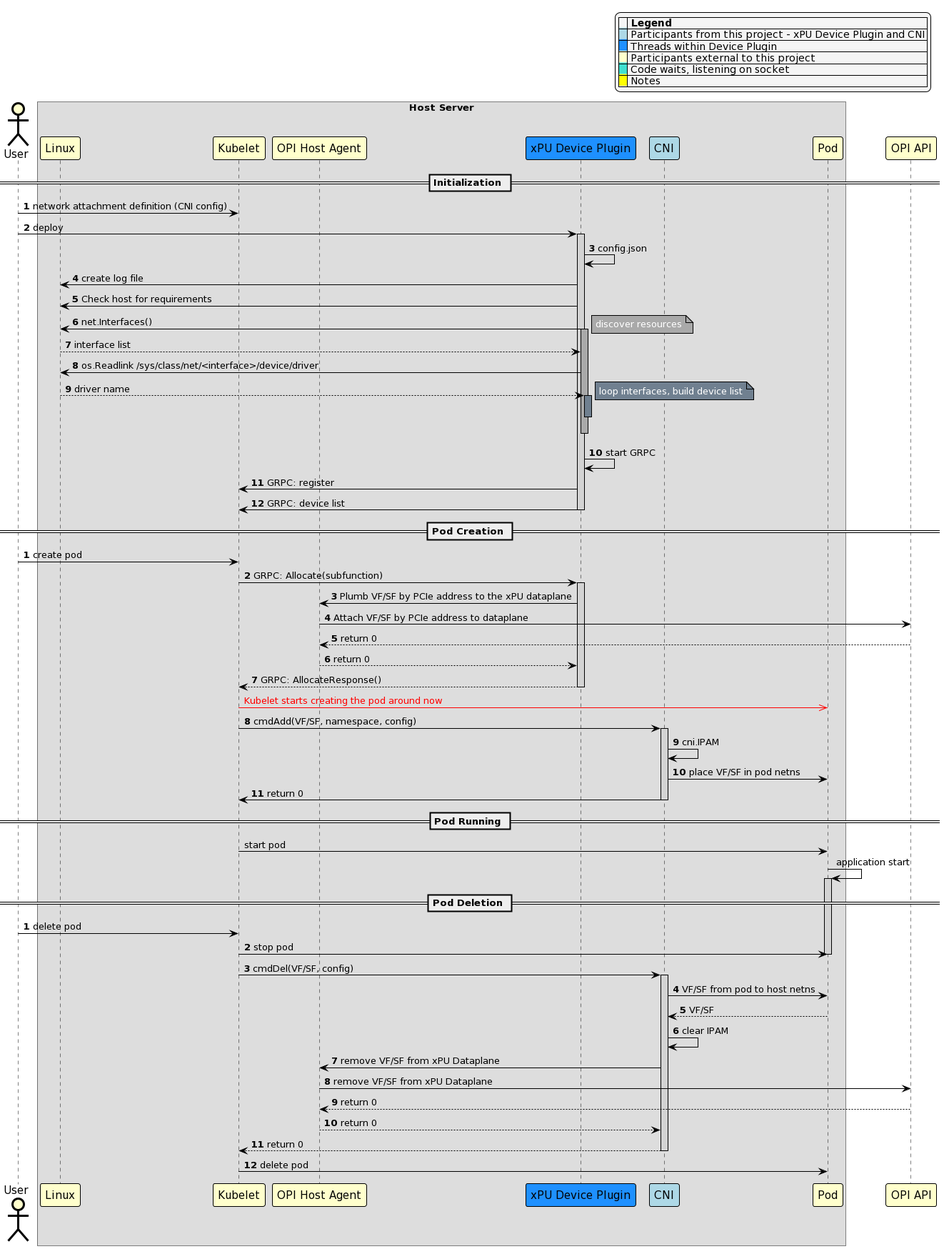
This is sequence-diagrams/images/device-plugin.png from redhat-et/ekho, a PlantUML export, as it was before one commit. Source of this version:
```plantuml
@startuml
skinparam noteBorderColor Black
skinparam noteBorderThickness 1
skinparam noteBackgroundColor Yellow
skinparam legendBackgroundColor WhiteSmoke

skinparam sequence {
	BoxBorderColor Black
	BoxFontSize 20

	ArrowColor Black
	ArrowThickness 1

	ActorBorderColor Black
	ActorBorderThickness 3
	ActorBackgroundColor Business
	ActorFontSize 15

	ParticipantBorderColor Black
	ParticipantBorderThickness 1
	ParticipantBackgroundColor Business
	ParticipantFontSize 15

	LifeLineBorderColor Black
	LifeLineBorderThickness 1
	LifeLineBackgroundColor LightGray
}


 legend top right
|= |= Legend |
|<back:LightBlue>   </back>| Participants from this project - xPU Device Plugin and CNI |
|<back:Dodgerblue>   </back>| Threads within Device Plugin |
|<back:Business>   </back>| Participants external to this project |
|<back:Turquoise>   </back>| Code waits, listening on socket |
|<back:Yellow>   </back>| Notes |
endlegend



actor "User"
box "Host Server"
	participant "Linux"
	participant "Kubelet"
	participant "OPI Host Agent"
	participant "xPU Device Plugin" #dodgerblue
participant "CNI" #LightBlue
participant "Pod"
end box

== Initialization ==
autonumber

"User" -> "Kubelet": network attachment definition (CNI config)
"User" -> "xPU Device Plugin": deploy
activate "xPU Device Plugin"

"xPU Device Plugin" -> "xPU Device Plugin": config.json
"xPU Device Plugin" -> "Linux": create log file
"xPU Device Plugin" -> "Linux" : Check host for requirements
"xPU Device Plugin" -> "Linux": net.Interfaces()

activate "xPU Device Plugin" #DarkGray
note right #DarkGray: <color #White>discover resources</color>

"Linux" --> "xPU Device Plugin": interface list

"xPU Device Plugin" -> "Linux" : os.Readlink /sys/class/net/<interface>/device/driver
"Linux" --> "xPU Device Plugin" : driver name

activate "xPU Device Plugin" #SlateGray
note right #SlateGray: <color #White>loop interfaces, build device list</color>

deactivate "xPU Device Plugin"

autonumber stop
"xPU Device Plugin" [hidden]-> "xPU Device Plugin"
autonumber resume

deactivate "xPU Device Plugin"

"xPU Device Plugin" -> "xPU Device Plugin": start GRPC
"xPU Device Plugin" -> "Kubelet": GRPC: register
"xPU Device Plugin" -> "Kubelet": GRPC: device list

deactivate "xPU Device Plugin"

== Pod Creation ==
autonumber

"User" -> "Kubelet": create pod
"Kubelet" -> "xPU Device Plugin": GRPC: Allocate(subfunction)
activate "xPU Device Plugin"

"xPU Device Plugin" -> "OPI Host Agent" : Plumb VF/SF by PCIe address to the xPU dataplane
"OPI Host Agent"->"OPI API": Attach VF/SF by PCIe address to dataplane
"OPI API"--> "OPI Host Agent": return 0
"OPI Host Agent" --> "xPU Device Plugin" : return 0
"xPU Device Plugin" --> "Kubelet": GRPC: AllocateResponse()
deactivate "xPU Device Plugin"

autonumber stop
"Kubelet" -[#Red]>> "Pod" : <color:Red>Kubelet starts creating the pod around now
autonumber resume

"Kubelet" -> "CNI" : cmdAdd(VF/SF, namespace, config)
activate "CNI"
"CNI" -> "CNI" : cni.IPAM

"CNI" -> "Pod" : place VF/SF in pod netns
"CNI" -> "Kubelet" : return 0

deactivate "CNI"

autonumber stop

== Pod Running ==

"Kubelet" -> "Pod" : start pod
"Pod" -> "Pod" : application start
activate "Pod"


== Pod Deletion ==
autonumber

"User" -> "Kubelet": delete pod
"Kubelet" -> "Pod" : stop pod
deactivate "Pod"
"Kubelet" -> "CNI" : cmdDel(VF/SF, config)
activate "CNI"
"CNI" -> "Pod" : VF/SF from pod to host netns
"Pod" --> "CNI" : VF/SF
"CNI" -> "CNI" : clear IPAM
"CNI" -> "OPI Host Agent": remove VF/SF from xPU Dataplane
"OPI Host Agent" -> "OPI API": remove VF/SF from xPU Dataplane
"OPI API" -->  "OPI Host Agent": return 0
"OPI Host Agent"--> "CNI": return 0
"CNI" --> "Kubelet": return 0
deactivate "CNI"

"Kubelet" -> "Pod" : delete pod
deactivate "Pod"
@enduml
```
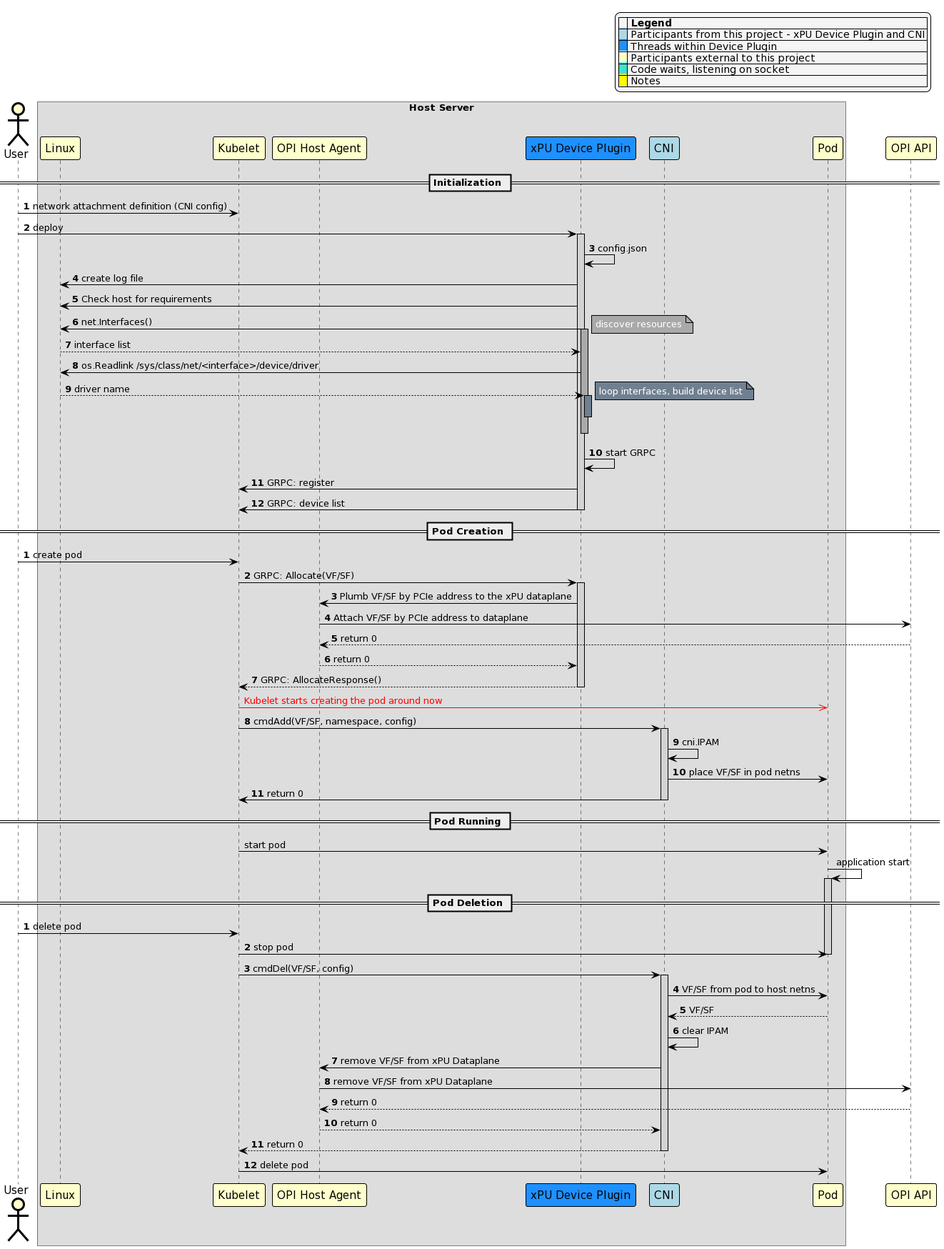
After the commit.

Commit message:
device-plugin: replace allocate subfunction with allocate VF/SF

Change to the diagram source:
```diff
@@ -89,7 +89,7 @@
 autonumber
 
 "User" -> "Kubelet": create pod
-"Kubelet" -> "xPU Device Plugin": GRPC: Allocate(subfunction)
+"Kubelet" -> "xPU Device Plugin": GRPC: Allocate(VF/SF)
 activate "xPU Device Plugin"
 
 "xPU Device Plugin" -> "OPI Host Agent" : Plumb VF/SF by PCIe address to the xPU dataplane
```
